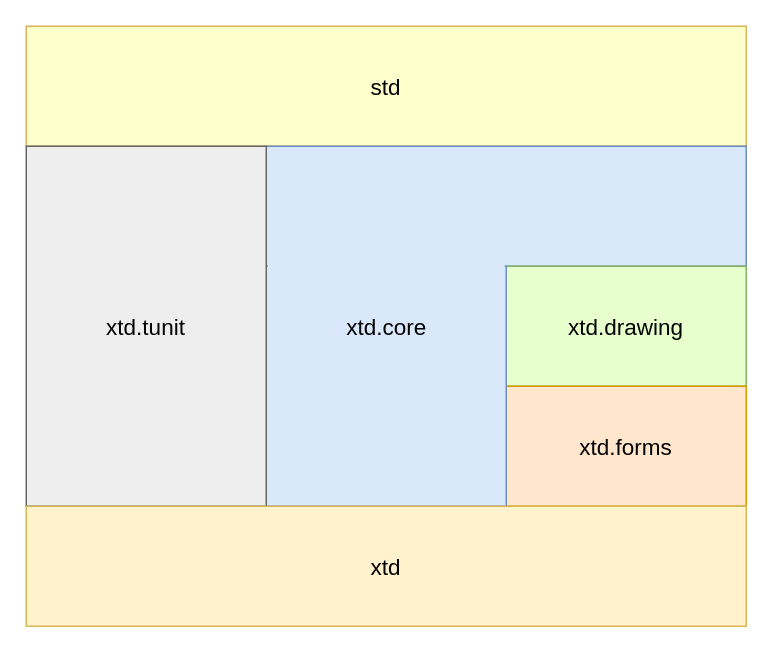
The draw.io diagram docs/pictures/diagrams/block_diagram.drawio in gammasoft71/xtd, before the edit. Source tidied: cells renumbered, new cells numbered last; positions are measured from the earlier drawing's top-left corner, leaving out a move shared by most shapes. Both pictures are drawn from the tidied source at 150%, with x=0, y=0 at pixel (26, 26).
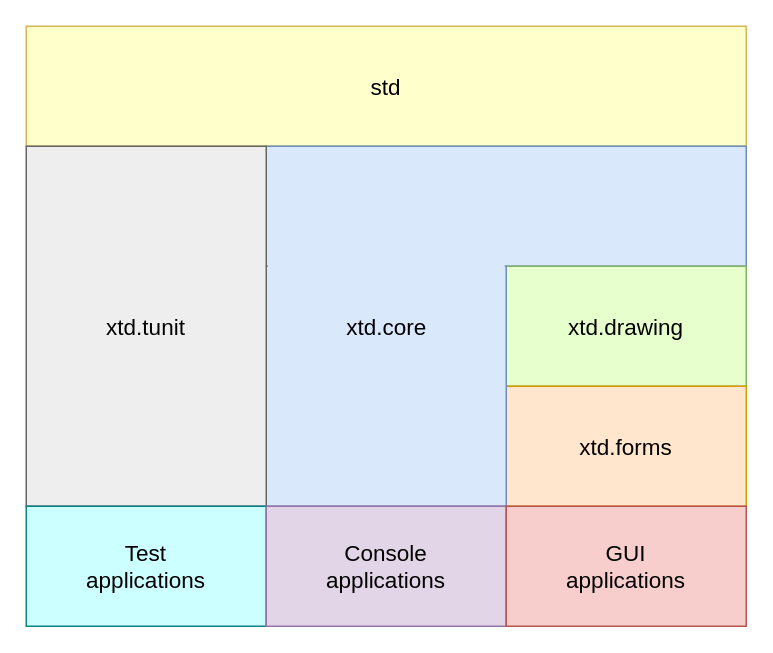
After the change.

Change to the diagram source:
```diff
@@
 <mxGraphModel>
   <root>
     <mxCell id="0" />
     <mxCell id="1" parent="0" />
     <mxCell id="2" value="&lt;span&gt;std&lt;/span&gt;" style="rounded=0;whiteSpace=wrap;html=1;strokeColor=#d6b656;fontSize=15;fillColor=#FFFFCC;" parent="1" vertex="1">
       <mxGeometry width="480" height="80" as="geometry" />
     </mxCell>
     <mxCell id="3" style="rounded=0;whiteSpace=wrap;html=1;fillColor=#dae8fc;strokeColor=#6c8ebf;fontSize=15;" parent="1" vertex="1">
       <mxGeometry x="160" y="80" width="320" height="80" as="geometry" />
     </mxCell>
     <mxCell id="4" value="xtd.drawing" style="rounded=0;whiteSpace=wrap;html=1;fontSize=15;fillColor=#E6FFCC;strokeColor=#82B366;" parent="1" vertex="1">
       <mxGeometry x="320" y="160" width="160" height="80" as="geometry" />
     </mxCell>
     <mxCell id="5" value="xtd.forms" style="rounded=0;whiteSpace=wrap;html=1;fillColor=#FFE6CC;strokeColor=#d79b00;fontSize=15;" parent="1" vertex="1">
       <mxGeometry x="320" y="240" width="160" height="80" as="geometry" />
     </mxCell>
     <mxCell id="6" style="rounded=0;whiteSpace=wrap;html=1;fillColor=#dae8fc;strokeColor=#6c8ebf;fontSize=15;" parent="1" vertex="1">
       <mxGeometry x="160" y="160" width="160" height="160" as="geometry" />
     </mxCell>
     <mxCell id="7" value="xtd.tunit" style="rounded=0;whiteSpace=wrap;html=1;fillColor=#EEEEEE;strokeColor=#666666;fontSize=15;" parent="1" vertex="1">
       <mxGeometry y="80" width="160" height="240" as="geometry" />
     </mxCell>
-    <mxCell id="8" value="&lt;span&gt;xtd&lt;/span&gt;" style="rounded=0;whiteSpace=wrap;html=1;strokeColor=#d6b656;fontSize=15;fillColor=#fff2cc;" parent="1" vertex="1">
-      <mxGeometry y="320" width="480" height="80" as="geometry" />
+    <mxCell id="8" value="&lt;span&gt;Test&lt;br&gt;applications&lt;br&gt;&lt;/span&gt;" style="rounded=0;whiteSpace=wrap;html=1;strokeColor=#0e8088;fontSize=15;fillColor=#CCFFFF;" parent="1" vertex="1">
+      <mxGeometry y="320" width="160" height="80" as="geometry" />
     </mxCell>
     <mxCell id="9" style="rounded=0;whiteSpace=wrap;html=1;fillColor=#dae8fc;fontSize=15;strokeColor=none;" parent="1" vertex="1">
       <mxGeometry x="161" y="150" width="158" height="30" as="geometry" />
     </mxCell>
     <mxCell id="10" value="xtd.core" style="text;html=1;align=center;verticalAlign=middle;fontSize=15;" parent="1" vertex="1">
       <mxGeometry x="205" y="190" width="70" height="20" as="geometry" />
     </mxCell>
+    <mxCell id="11" value="&lt;span&gt;Console&lt;br&gt;applications&lt;br&gt;&lt;/span&gt;" style="rounded=0;whiteSpace=wrap;html=1;strokeColor=#9673a6;fontSize=15;fillColor=#e1d5e7;" parent="1" vertex="1">
+      <mxGeometry x="160" y="320" width="160" height="80" as="geometry" />
+    </mxCell>
+    <mxCell id="12" value="&lt;span&gt;GUI&lt;br&gt;applications&lt;br&gt;&lt;/span&gt;" style="rounded=0;whiteSpace=wrap;html=1;strokeColor=#b85450;fontSize=15;fillColor=#f8cecc;" parent="1" vertex="1">
+      <mxGeometry x="320" y="320" width="160" height="80" as="geometry" />
+    </mxCell>
   </root>
 </mxGraphModel>
```
